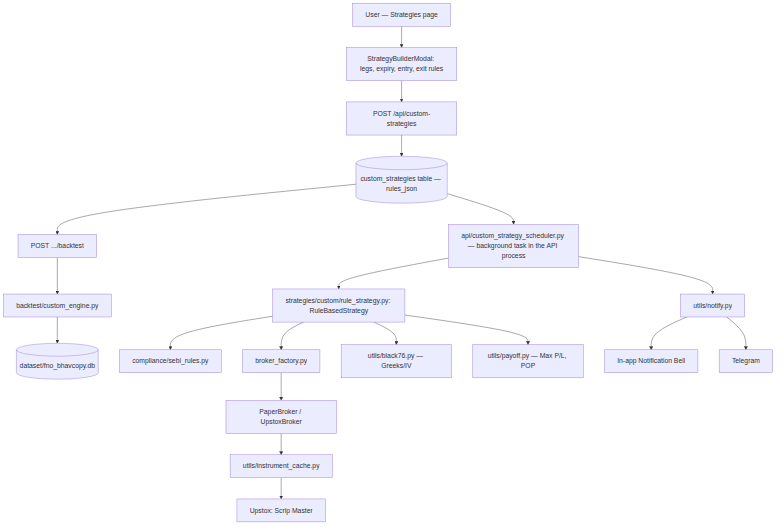
Before: backend/docs/flow.png, a diagram exported from Mermaid (shubhanshu21/paper_trader). Its source is kept beside it as backend/docs/flow.mmd.
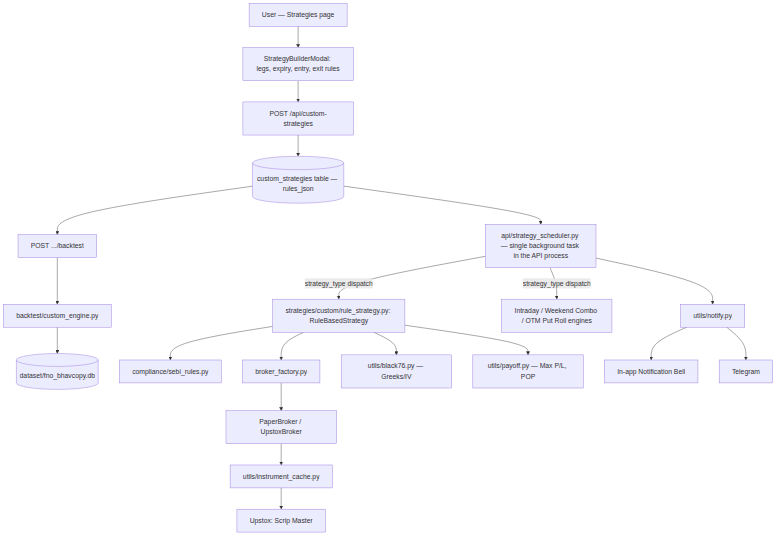
Later version of the same file.

The edit, as a diff of the source:
```diff
@@ -7,8 +7,9 @@
     Backtest --> CE[backtest/custom_engine.py]
     CE --> BhavDB[(dataset/fno_bhavcopy.db)]
 
-    DB --> Scheduler[api/custom_strategy_scheduler.py — background task in the API process]
-    Scheduler --> RS[strategies/custom/rule_strategy.py: RuleBasedStrategy]
+    DB --> Scheduler[api/strategy_scheduler.py — single background task in the API process]
+    Scheduler --> |strategy_type dispatch| RS[strategies/custom/rule_strategy.py: RuleBasedStrategy]
+    Scheduler --> |strategy_type dispatch| Other[Intraday / Weekend Combo / OTM Put Roll engines]
     RS --> SEBI[compliance/sebi_rules.py]
     RS --> Factory[broker_factory.py]
     Factory --> Broker[PaperBroker / UpstoxBroker]
```
